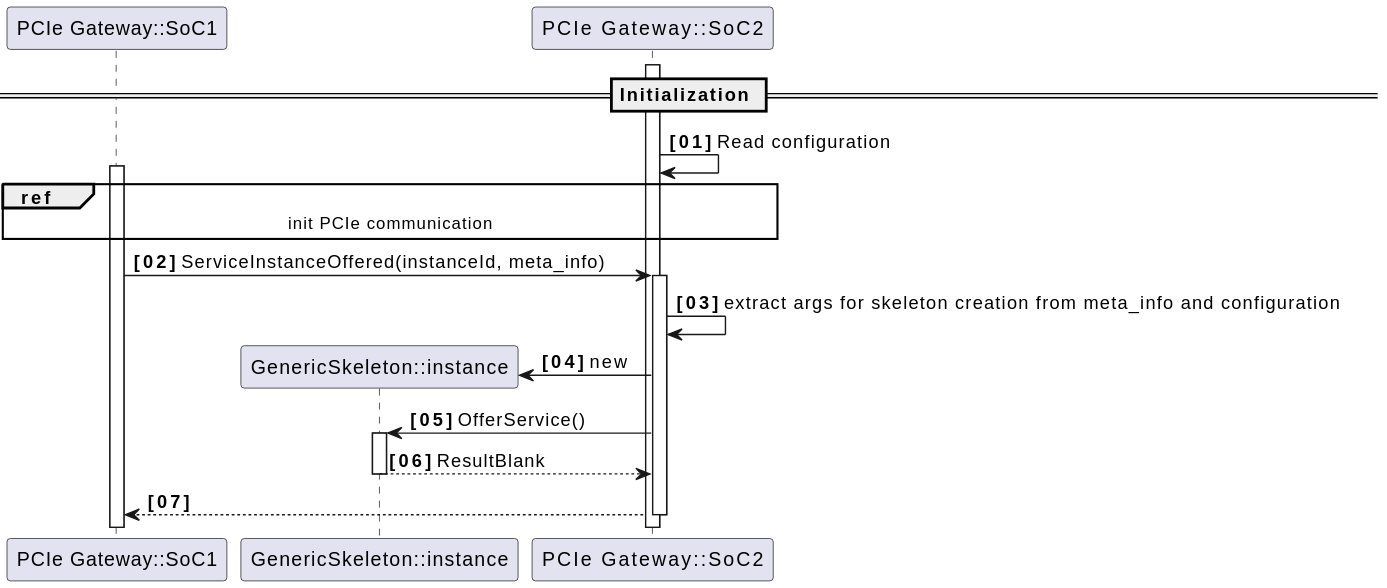
The PlantUML diagram score/mw/com/dependability/software_architectural_design/pci_e_gateway/assets/skeleton_instantiate_sequence.svg in eclipse-score/communication, before a commit.
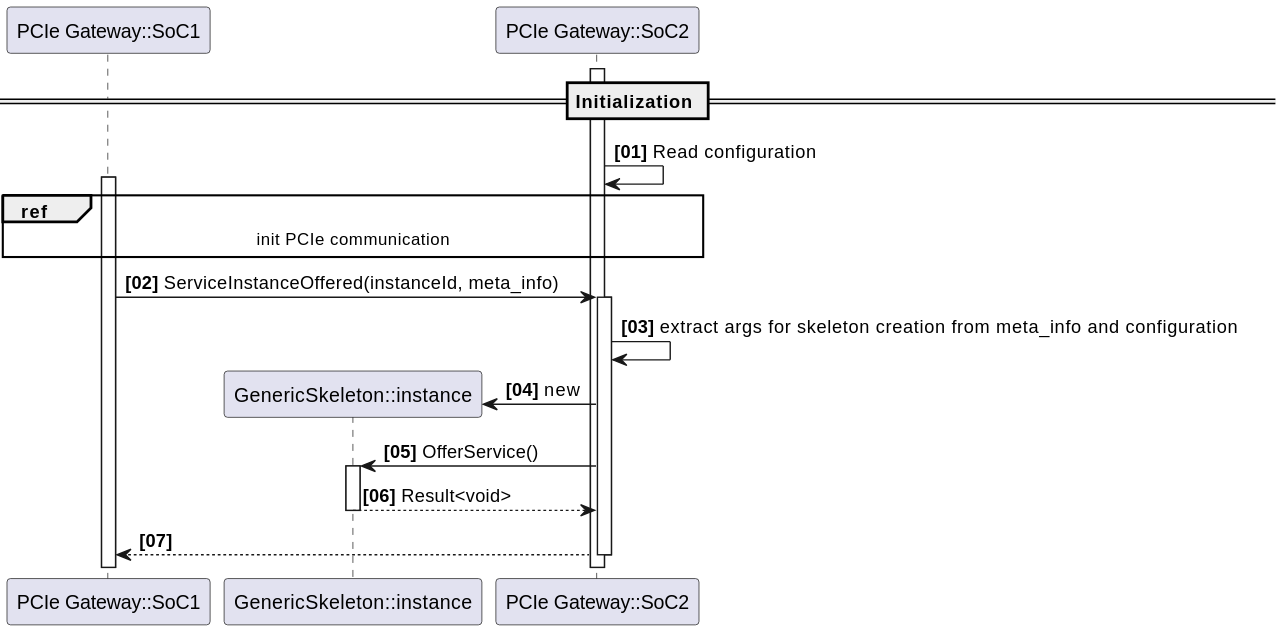
The same file after the commit.

Commit message:
docs: update SVG files by transitioning Result<void> return labels

Change to the diagram source:
```diff
@@ -2,8 +2,8 @@
 autonumber "<b>[00]"
 skinparam stereotypePosition bottom
 
-participant "PCIe Gateway::I-SoC" as GATEWAY
-participant "PCIe Gateway::CV-SoC" as GATEWAY_OTHER order 40
+participant "PCIe Gateway::SoC1" as GATEWAY
+participant "PCIe Gateway::SoC2" as GATEWAY_OTHER order 40
 
 == Initialization ==
 activate GATEWAY_OTHER
@@ -17,6 +17,6 @@
     create "GenericSkeleton::instance" as SKELETON_INSTANCE
     GATEWAY_OTHER -> SKELETON_INSTANCE : new
     GATEWAY_OTHER -> SKELETON_INSTANCE ++ : OfferService()
-    return ResultBlank
+    return Result<void>
 return
 @enduml
```
